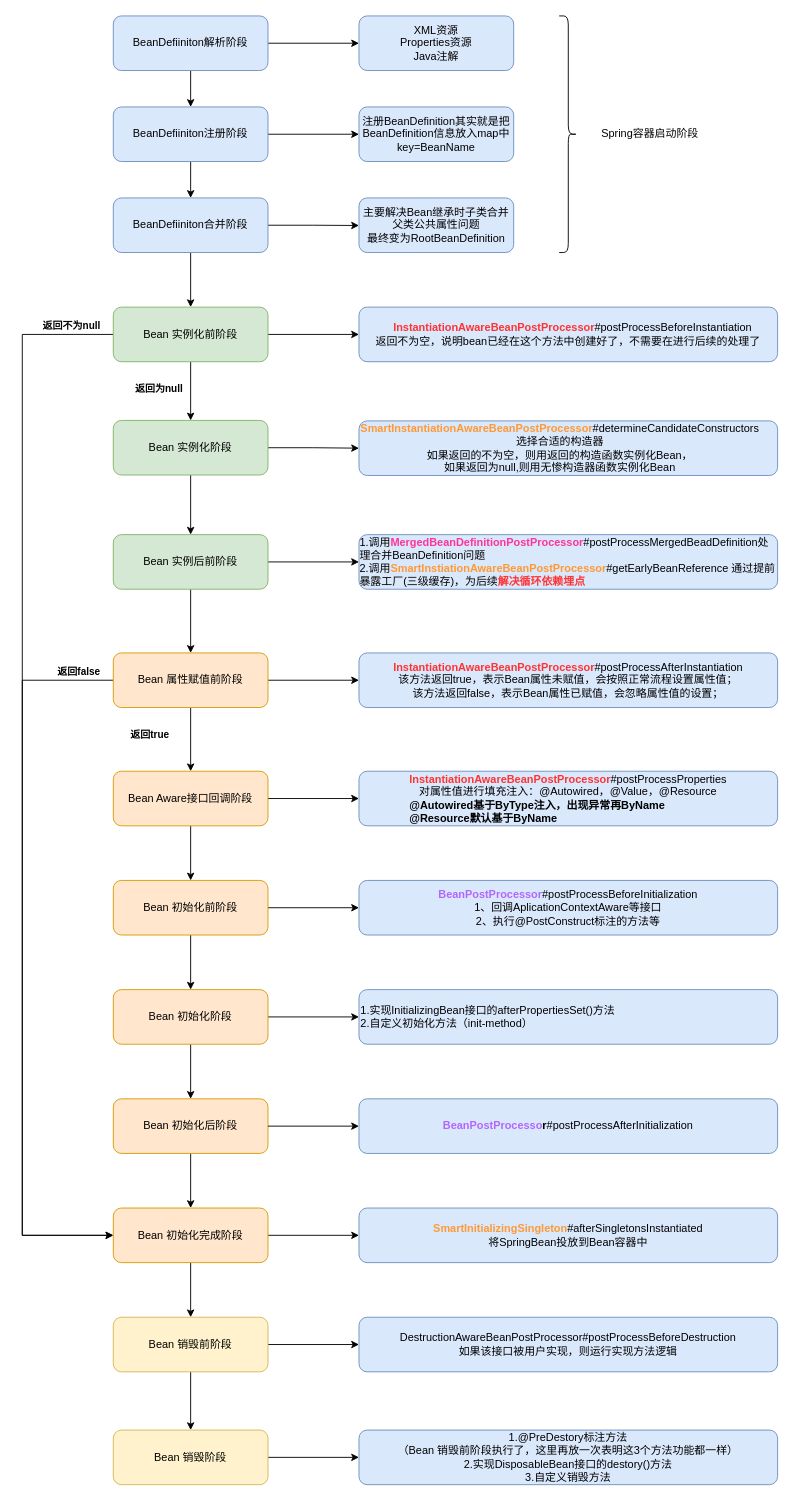
Above: 源码-SpringBean.drawio in 18857545022/- (draw.io), before the change. Source tidied: cells renumbered, new cells numbered last; positions are measured from the earlier drawing's top-left corner, leaving out a move shared by most shapes. Both pictures are drawn from the tidied source at 91%, with x=0, y=0 at pixel (22, 15).
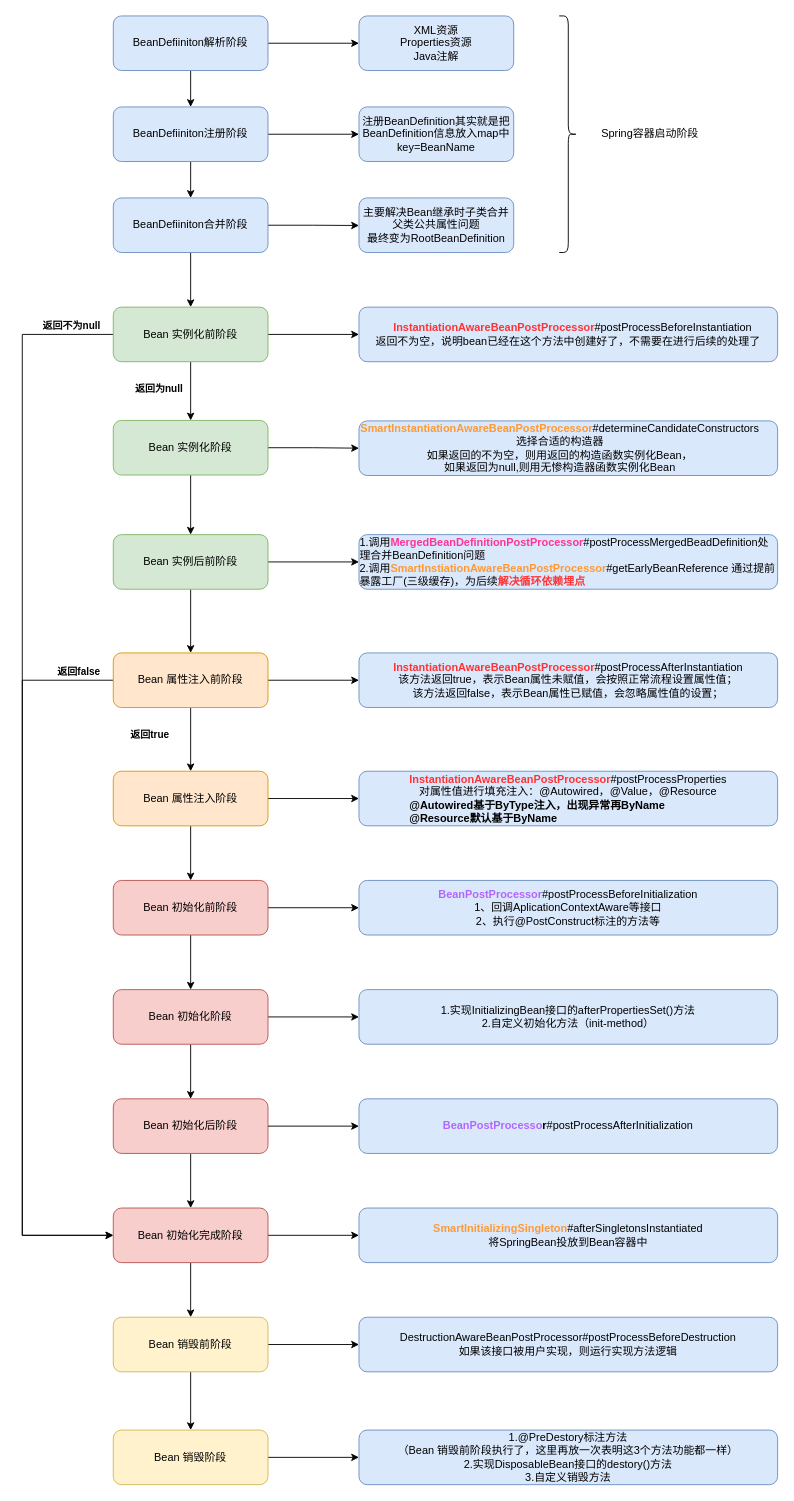
Above is the later version.

The edit, as a diff of the source:
```diff
@@
-    <mxCell id="34" value="Bean 属性赋值前阶段" style="rounded=1;whiteSpace=wrap;html=1;fontStyle=0;fillColor=#ffe6cc;strokeColor=#d79b00;" parent="1" vertex="1">
+    <mxCell id="34" value="Bean 属性注入前阶段" style="rounded=1;whiteSpace=wrap;html=1;fontStyle=0;fillColor=#ffe6cc;strokeColor=#d79b00;" parent="1" vertex="1">
       <mxGeometry x="100" y="700" width="170" height="60" as="geometry" />
     </mxCell>
@@
-    <mxCell id="38" value="Bean Aware接口回调阶段" style="rounded=1;whiteSpace=wrap;html=1;fontStyle=0;fillColor=#ffe6cc;strokeColor=#d79b00;" parent="1" vertex="1">
+    <mxCell id="38" value="Bean 属性注入阶段" style="rounded=1;whiteSpace=wrap;html=1;fontStyle=0;fillColor=#ffe6cc;strokeColor=#d79b00;" parent="1" vertex="1">
       <mxGeometry x="100" y="830" width="170" height="60" as="geometry" />
     </mxCell>
@@
-    <mxCell id="42" value="Bean 初始化前阶段" style="rounded=1;whiteSpace=wrap;html=1;fontStyle=0;fillColor=#ffe6cc;strokeColor=#d79b00;" parent="1" vertex="1">
+    <mxCell id="42" value="Bean 初始化前阶段" style="rounded=1;whiteSpace=wrap;html=1;fontStyle=0;fillColor=#f8cecc;strokeColor=#b85450;" parent="1" vertex="1">
       <mxGeometry x="100" y="950" width="170" height="60" as="geometry" />
     </mxCell>
@@
-    <mxCell id="46" value="Bean 初始化阶段" style="rounded=1;whiteSpace=wrap;html=1;fontStyle=0;fillColor=#ffe6cc;strokeColor=#d79b00;" parent="1" vertex="1">
+    <mxCell id="46" value="Bean 初始化阶段" style="rounded=1;whiteSpace=wrap;html=1;fontStyle=0;fillColor=#f8cecc;strokeColor=#b85450;" parent="1" vertex="1">
       <mxGeometry x="100" y="1070" width="170" height="60" as="geometry" />
     </mxCell>
-    <mxCell id="47" value="&lt;div style=&quot;&quot;&gt;&lt;div style=&quot;&quot;&gt;1.实现InitializingBean接口的afterPropertiesSet()方法&lt;br&gt;2.自定义初始化方法（init-method）&lt;/div&gt;&lt;/div&gt;" style="rounded=1;whiteSpace=wrap;html=1;fontStyle=0;align=left;fillColor=#dae8fc;strokeColor=#6c8ebf;" parent="1" vertex="1">
+    <mxCell id="47" value="&lt;div style=&quot;&quot;&gt;&lt;div style=&quot;&quot;&gt;1.实现InitializingBean接口的afterPropertiesSet()方法&lt;br&gt;2.自定义初始化方法（init-method）&lt;/div&gt;&lt;/div&gt;" style="rounded=1;whiteSpace=wrap;html=1;fontStyle=0;align=center;fillColor=#dae8fc;strokeColor=#6c8ebf;" parent="1" vertex="1">
       <mxGeometry x="370" y="1070" width="460" height="60" as="geometry" />
     </mxCell>
@@
-    <mxCell id="49" value="Bean 初始化后阶段" style="rounded=1;whiteSpace=wrap;html=1;fontStyle=0;fillColor=#ffe6cc;strokeColor=#d79b00;" parent="1" vertex="1">
+    <mxCell id="49" value="Bean 初始化后阶段" style="rounded=1;whiteSpace=wrap;html=1;fontStyle=0;fillColor=#f8cecc;strokeColor=#b85450;" parent="1" vertex="1">
       <mxGeometry x="100" y="1190" width="170" height="60" as="geometry" />
     </mxCell>
@@
-    <mxCell id="53" value="Bean 初始化完成阶段" style="rounded=1;whiteSpace=wrap;html=1;fontStyle=0;fillColor=#ffe6cc;strokeColor=#d79b00;" parent="1" vertex="1">
+    <mxCell id="53" value="Bean 初始化完成阶段" style="rounded=1;whiteSpace=wrap;html=1;fontStyle=0;fillColor=#f8cecc;strokeColor=#b85450;" parent="1" vertex="1">
       <mxGeometry x="100" y="1310" width="170" height="60" as="geometry" />
     </mxCell>
```
